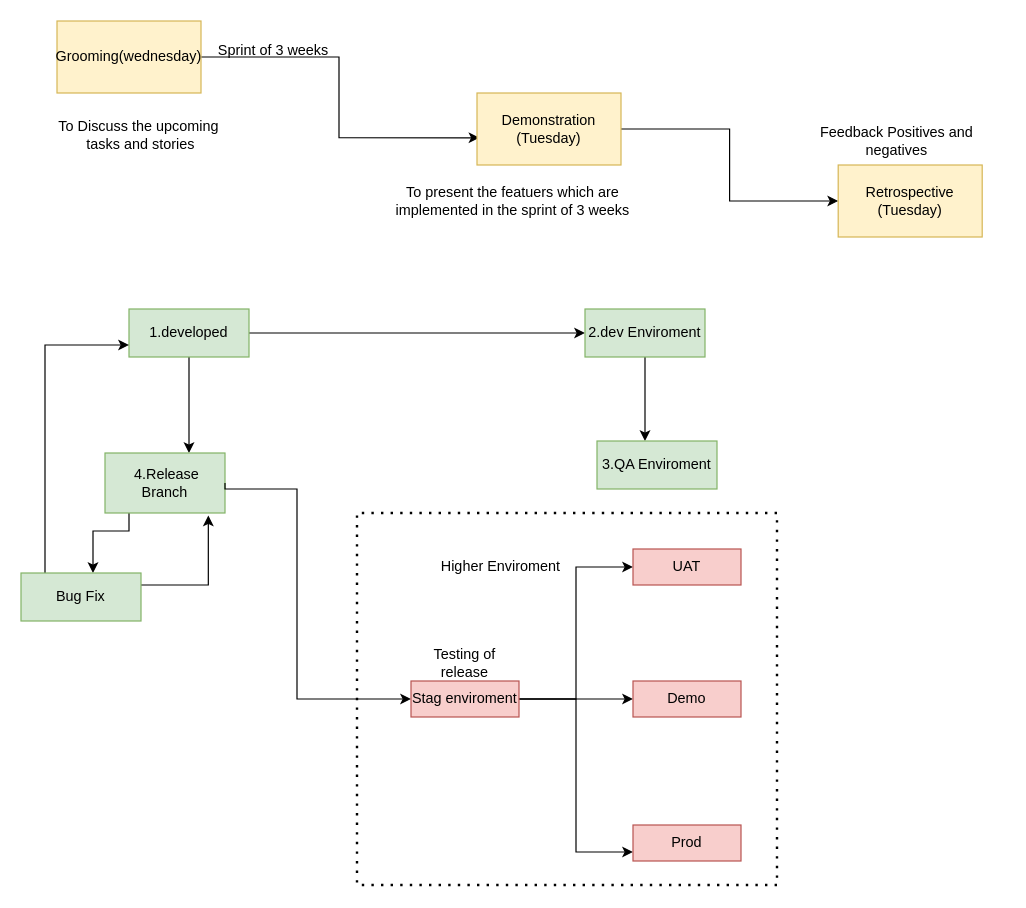
This is lifecyle.drawio from suchit727/diagrams, a draw.io file, before an edit. Source tidied: cells renumbered, new cells numbered last; positions are measured from the earlier drawing's top-left corner, leaving out a move shared by most shapes. Both pictures are drawn from the tidied source at 120%, with x=0, y=0 at pixel (20, 20).
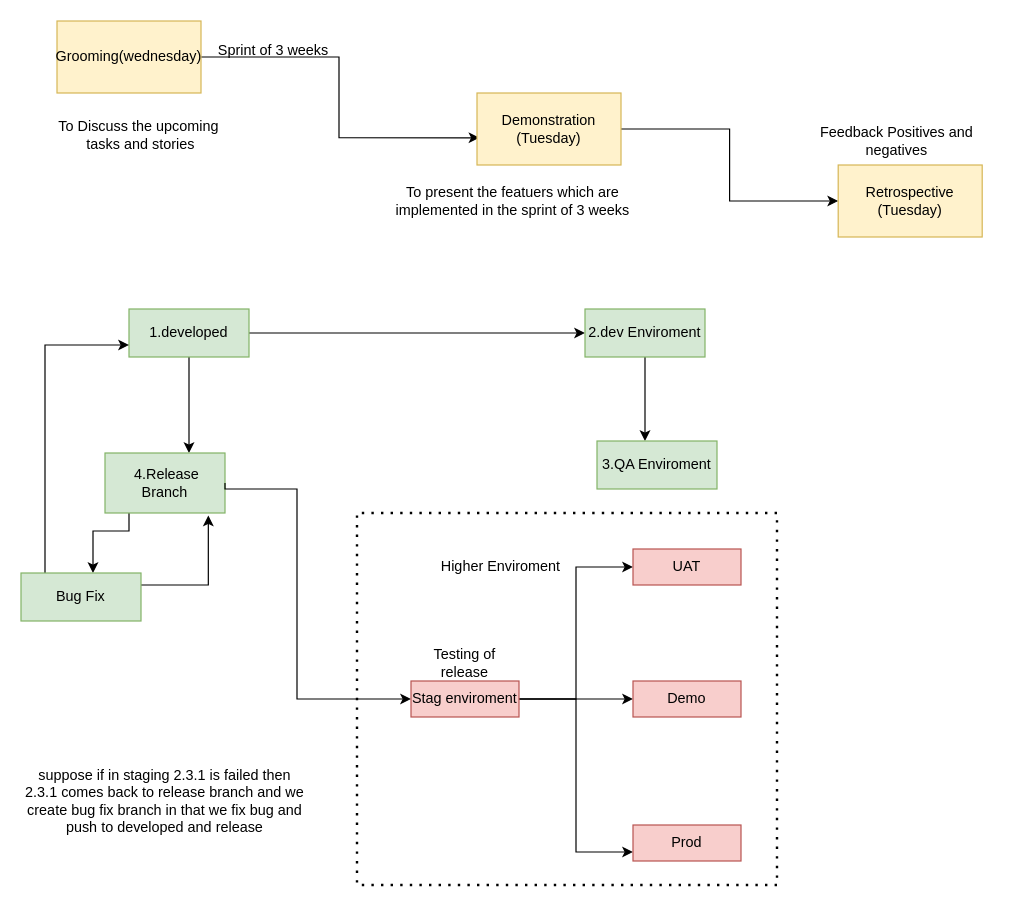
Above is the later version.

The edit, as a diff of the source:
```diff
@@
+    <mxCell id="33" value="suppose if in staging 2.3.1 is failed then 2.3.1 comes back to release branch and we create bug fix branch in that we fix bug and push to developed and release" style="text;html=1;strokeColor=none;fillColor=none;align=center;verticalAlign=middle;whiteSpace=wrap;rounded=0;" parent="1" vertex="1">
+      <mxGeometry y="620" width="240" height="60" as="geometry" />
+    </mxCell>
```
